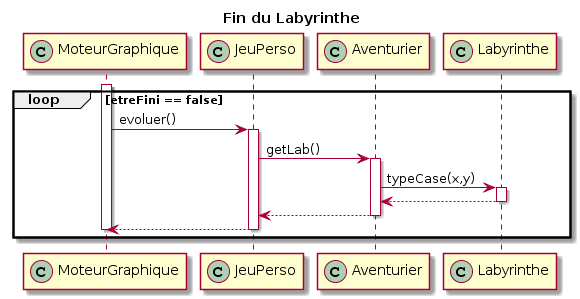
Before: documents/version_04/diagramme_sequence/FinDuLabyrinthe.png, a diagram exported from PlantUML (LoickNosal/2019_COO_Zeldiablo_Nosal9u_Demang146u_Sousa12u_Gsell5u). Source of this version:
```plantuml
@startuml
title Fin du Labyrinthe
participant MoteurGraphique<< (C,#ADD1B2) >>
participant JeuPerso<< (C,#ADD1B2) >>
participant Aventurier<< (C,#ADD1B2) >>
participant Labyrinthe<< (C,#ADD1B2) >>

loop etreFini == false
activate MoteurGraphique
MoteurGraphique -> JeuPerso : evoluer()
activate JeuPerso
JeuPerso -> Aventurier : getLab()
activate Aventurier
Aventurier-> Labyrinthe : typeCase(x,y)
activate Labyrinthe

Aventurier <-- Labyrinthe
deactivate Labyrinthe

JeuPerso <-- Aventurier
deactivate Aventurier
MoteurGraphique <-- JeuPerso
deactivate JeuPerso
deactivate MoteurGraphique

end
@enduml
```
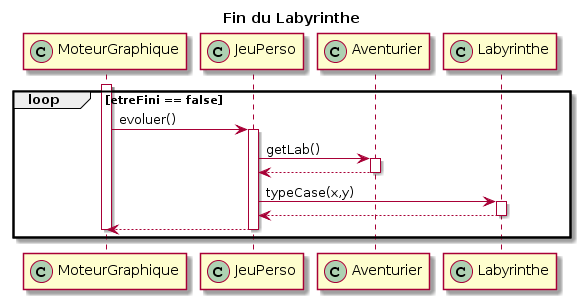
Above is the later version.

Commit message:
modifi diagramme de sequence errone V4

Change to the diagram source:
```diff
@@ -11,14 +11,18 @@
 activate JeuPerso
 JeuPerso -> Aventurier : getLab()
 activate Aventurier
-Aventurier-> Labyrinthe : typeCase(x,y)
+JeuPerso <-- Aventurier
+deactivate Aventurier
+JeuPerso-> Labyrinthe : typeCase(x,y)
+
+
 activate Labyrinthe
 
-Aventurier <-- Labyrinthe
+JeuPerso <-- Labyrinthe
 deactivate Labyrinthe
 
-JeuPerso <-- Aventurier
-deactivate Aventurier
+
+
 MoteurGraphique <-- JeuPerso
 deactivate JeuPerso
 deactivate MoteurGraphique
```
